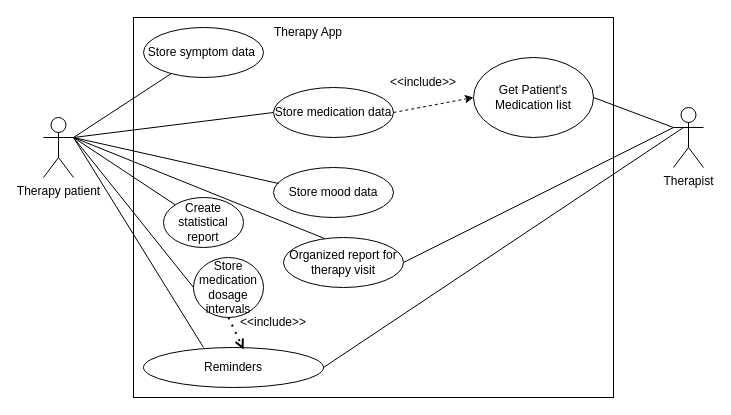
Before: page "Sample use case" (1 of 8) of cs4471_group_project.drawio in Jon-AL/4471---Therapy-Support-App, a draw.io diagram. Source tidied: cells renumbered, new cells numbered last; positions are measured from the earlier drawing's top-left corner, leaving out a move shared by most shapes. Both pictures are drawn from the tidied source at 100%, with x=0, y=0 at pixel (43, 17).
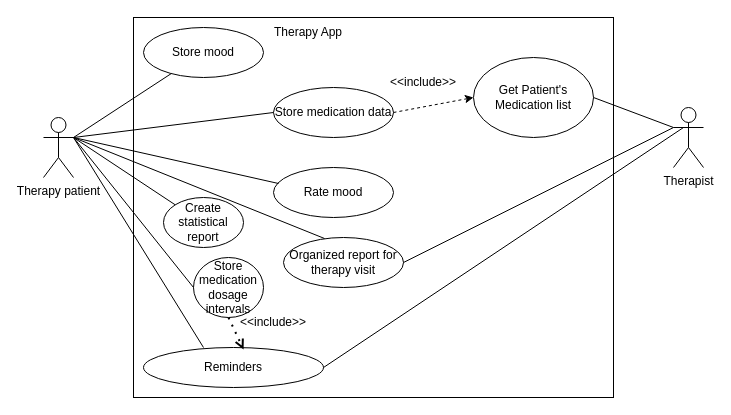
After the change.

Diff of the diagram source:
```diff
@@
-    <mxCell id="5" value="Store symptom data&amp;nbsp;" style="ellipse;whiteSpace=wrap;html=1;" parent="1" vertex="1">
+    <mxCell id="5" value="Store mood" style="ellipse;whiteSpace=wrap;html=1;" parent="1" vertex="1">
       <mxGeometry x="100" y="10" width="120" height="50" as="geometry" />
     </mxCell>
@@
-    <mxCell id="7" value="Store mood data" style="ellipse;whiteSpace=wrap;html=1;" parent="1" vertex="1">
+    <mxCell id="7" value="Rate mood" style="ellipse;whiteSpace=wrap;html=1;" parent="1" vertex="1">
       <mxGeometry x="230" y="150" width="120" height="50" as="geometry" />
     </mxCell>
```
